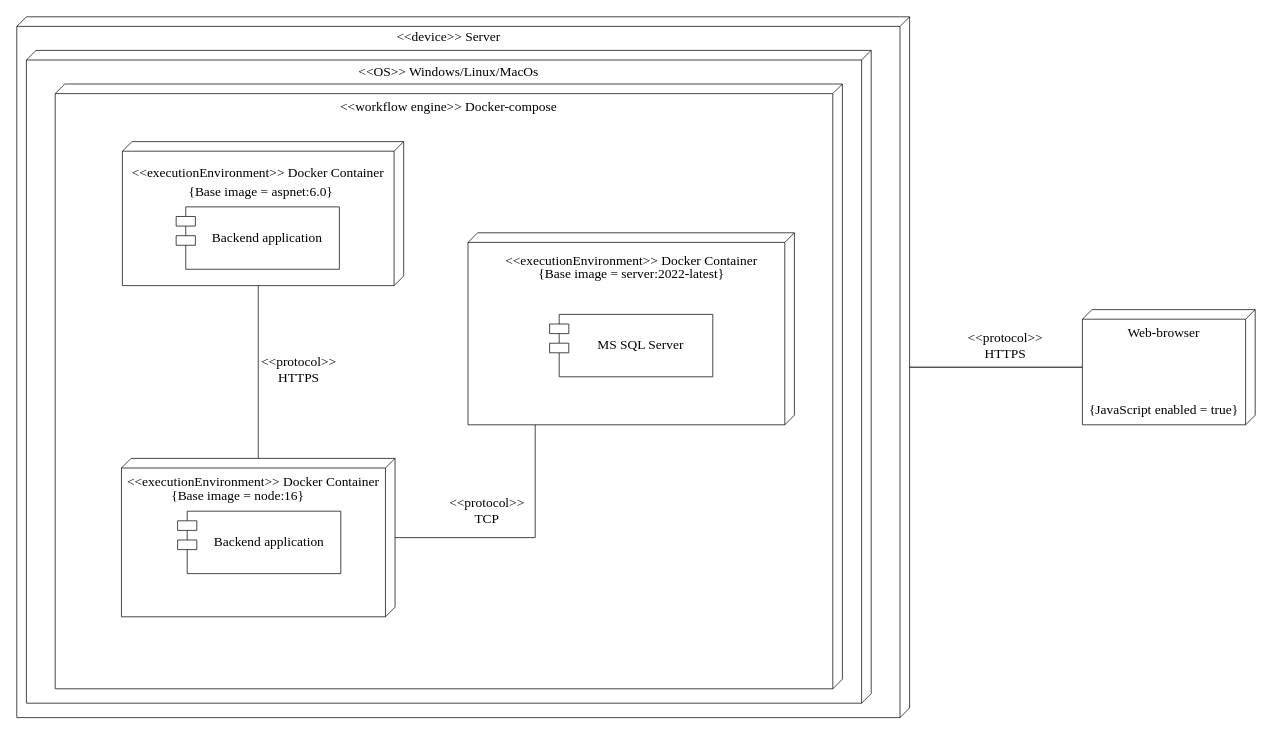
Before: Docs/Deployment.drawio in l1mb/BetterSave, a draw.io diagram. Source tidied: cells renumbered, new cells numbered last; positions are measured from the earlier drawing's top-left corner, leaving out a move shared by most shapes. Both pictures are drawn from the tidied source at 96%, with x=0, y=0 at pixel (16, 16).
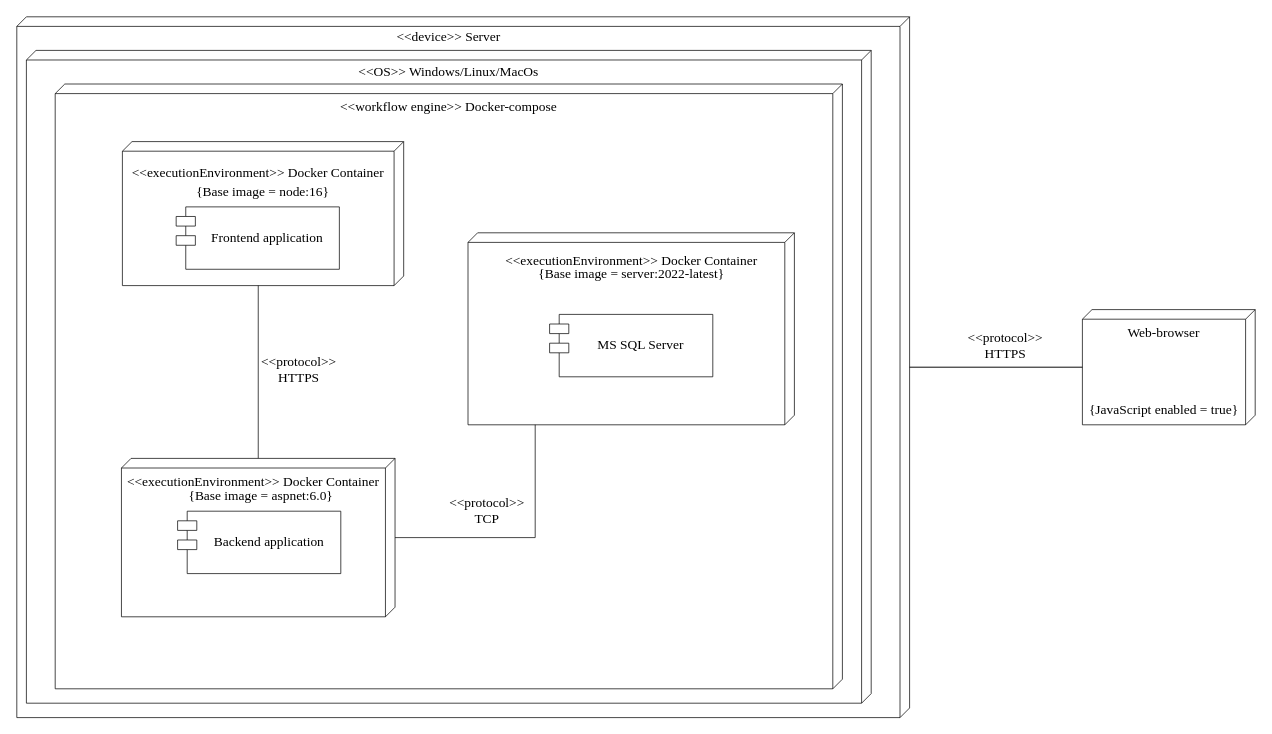
Above is the later version.

Change to the diagram source:
```diff
@@
-    <mxCell id="15" value="{Base image = aspnet:6.0}" style="text;html=1;strokeColor=none;fillColor=none;align=center;verticalAlign=middle;whiteSpace=wrap;rounded=0;strokeWidth=0.75;fontFamily=Times New Roman;fontSize=14;" parent="1" vertex="1">
-      <mxGeometry x="117.8" y="168" width="272.5" height="30" as="geometry" />
-    </mxCell>
     <mxCell id="16" value="{Base image = node:16}" style="text;html=1;strokeColor=none;fillColor=none;align=center;verticalAlign=middle;whiteSpace=wrap;rounded=0;strokeWidth=0.75;fontFamily=Times New Roman;fontSize=14;" parent="1" vertex="1">
-      <mxGeometry x="94.2" y="485" width="272.5" height="30" as="geometry" />
+      <mxGeometry x="120.2" y="168" width="272.5" height="30" as="geometry" />
     </mxCell>
@@
-    <mxCell id="20" value="Backend application" style="shape=module;align=left;spacingLeft=20;align=center;verticalAlign=middle;whiteSpace=wrap;html=1;rounded=0;strokeWidth=0.75;fontFamily=Times New Roman;fontSize=14;fontColor=default;fillColor=none;gradientColor=none;" parent="1" vertex="1">
+    <mxCell id="20" value="Frontend application" style="shape=module;align=left;spacingLeft=20;align=center;verticalAlign=middle;whiteSpace=wrap;html=1;rounded=0;strokeWidth=0.75;fontFamily=Times New Roman;fontSize=14;fontColor=default;fillColor=none;gradientColor=none;" parent="1" vertex="1">
       <mxGeometry x="166" y="198" width="170" height="65" as="geometry" />
     </mxCell>
@@
+    <mxCell id="15" value="{Base image = aspnet:6.0}" style="text;html=1;strokeColor=none;fillColor=none;align=center;verticalAlign=middle;whiteSpace=wrap;rounded=0;strokeWidth=0.75;fontFamily=Times New Roman;fontSize=14;" parent="1" vertex="1">
+      <mxGeometry x="117.8" y="485" width="272.5" height="30" as="geometry" />
+    </mxCell>
```
